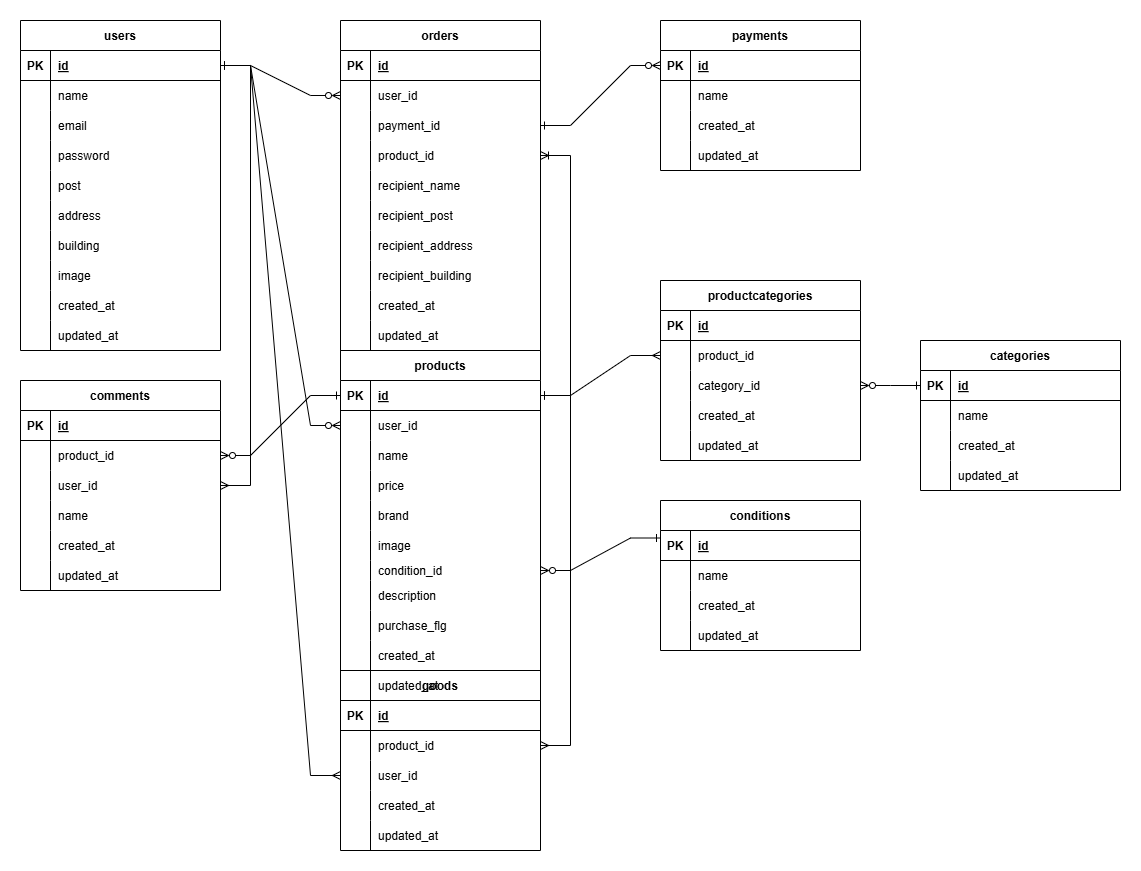
This is ER.png from akio0121/flea-market, a draw.io export, as it was before one commit. Source tidied: cells renumbered, new cells last; positions are measured from the earlier drawing's top-left corner, leaving out a move shared by most shapes.
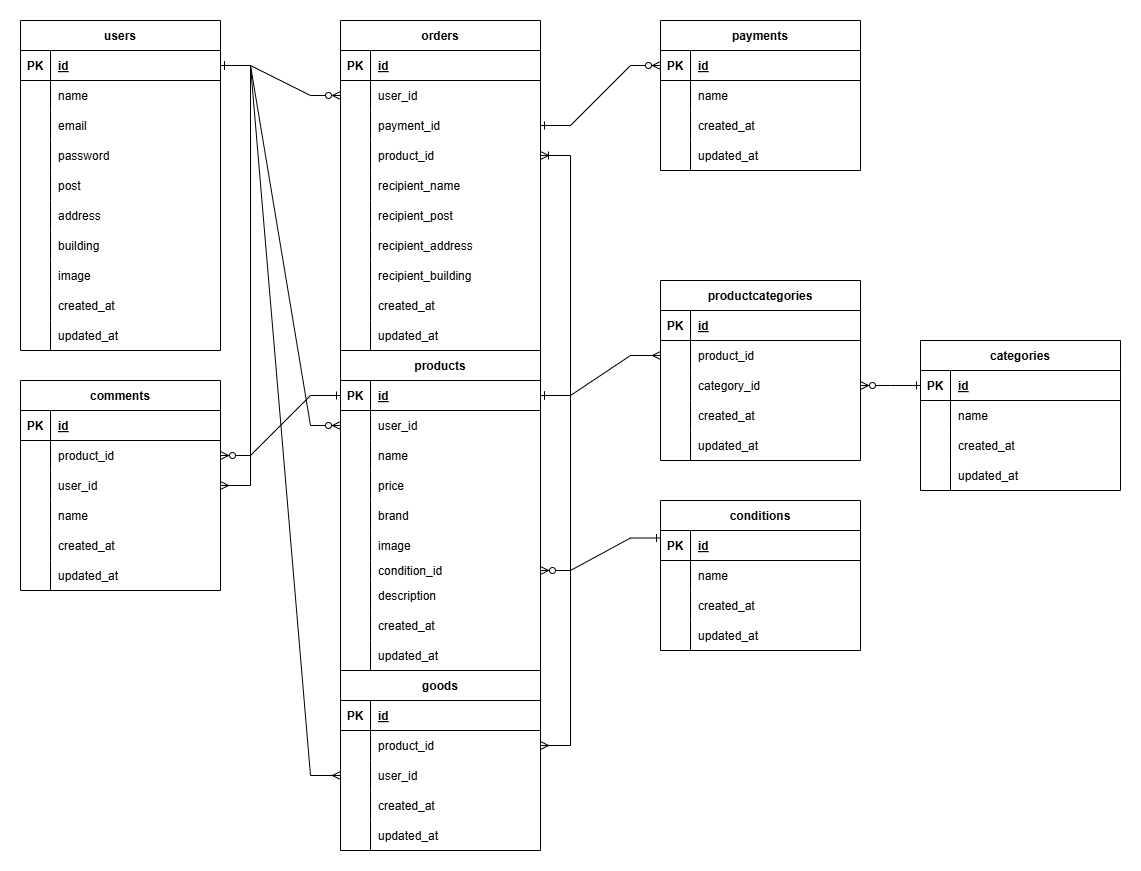
Later version of the same file.

The edit, as a diff of the source:
```diff
@@ -201,7 +201,7 @@
       <mxGeometry x="30" width="170" height="30" as="geometry" />
     </mxCell>
     <mxCell id="68" value="products" style="shape=table;startSize=30;rowLines=0;fontStyle=1;align=center;" parent="1" vertex="1">
-      <mxGeometry x="320" y="330" width="200" height="350" as="geometry" />
+      <mxGeometry x="320" y="330" width="200" height="320" as="geometry" />
     </mxCell>
     <mxCell id="69" style="shape=partialRectangle;fillColor=none;points=[[0,0.5],[1,0.5]];portConstraint=eastwest;top=0;left=0;right=0;bottom=1;" parent="68" vertex="1">
       <mxGeometry y="30" width="200" height="30" as="geometry" />
@@ -275,17 +275,8 @@
     <mxCell id="92" value="description" style="shape=partialRectangle;overflow=hidden;fillColor=none;top=0;left=0;bottom=0;right=0;align=left;spacingLeft=6;" parent="90" vertex="1">
       <mxGeometry x="30" width="170" height="30" as="geometry" />
     </mxCell>
-    <mxCell id="93" style="shape=partialRectangle;fillColor=none;top=0;left=0;right=0;bottom=0;" parent="68" vertex="1">
-      <mxGeometry y="260" width="200" height="30" as="geometry" />
-    </mxCell>
-    <mxCell id="94" style="shape=partialRectangle;overflow=hidden;fillColor=none;top=0;left=0;bottom=0;right=0;" parent="93" vertex="1">
-      <mxGeometry width="30" height="30" as="geometry" />
-    </mxCell>
-    <mxCell id="95" value="purchase_flg" style="shape=partialRectangle;overflow=hidden;fillColor=none;top=0;left=0;bottom=0;right=0;align=left;spacingLeft=6;" parent="93" vertex="1">
-      <mxGeometry x="30" width="170" height="30" as="geometry" />
-    </mxCell>
     <mxCell id="96" style="shape=partialRectangle;fillColor=none;top=0;left=0;right=0;bottom=0;" parent="68" vertex="1">
-      <mxGeometry y="290" width="200" height="30" as="geometry" />
+      <mxGeometry y="260" width="200" height="30" as="geometry" />
     </mxCell>
     <mxCell id="97" style="shape=partialRectangle;overflow=hidden;fillColor=none;top=0;left=0;bottom=0;right=0;" parent="96" vertex="1">
       <mxGeometry width="30" height="30" as="geometry" />
@@ -294,7 +285,7 @@
       <mxGeometry x="30" width="170" height="30" as="geometry" />
     </mxCell>
     <mxCell id="99" style="shape=partialRectangle;fillColor=none;top=0;left=0;right=0;bottom=0;" parent="68" vertex="1">
-      <mxGeometry y="320" width="200" height="30" as="geometry" />
+      <mxGeometry y="290" width="200" height="30" as="geometry" />
     </mxCell>
     <mxCell id="100" style="shape=partialRectangle;overflow=hidden;fillColor=none;top=0;left=0;bottom=0;right=0;" parent="99" vertex="1">
       <mxGeometry width="30" height="30" as="geometry" />
```
